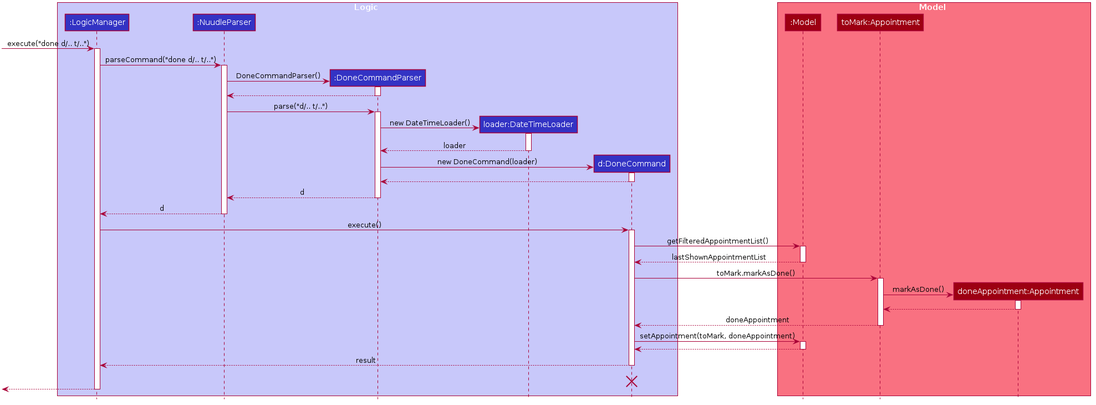
Before: docs/images/DoneSequenceDiagram.png, a diagram exported from PlantUML (xz0127/tp).
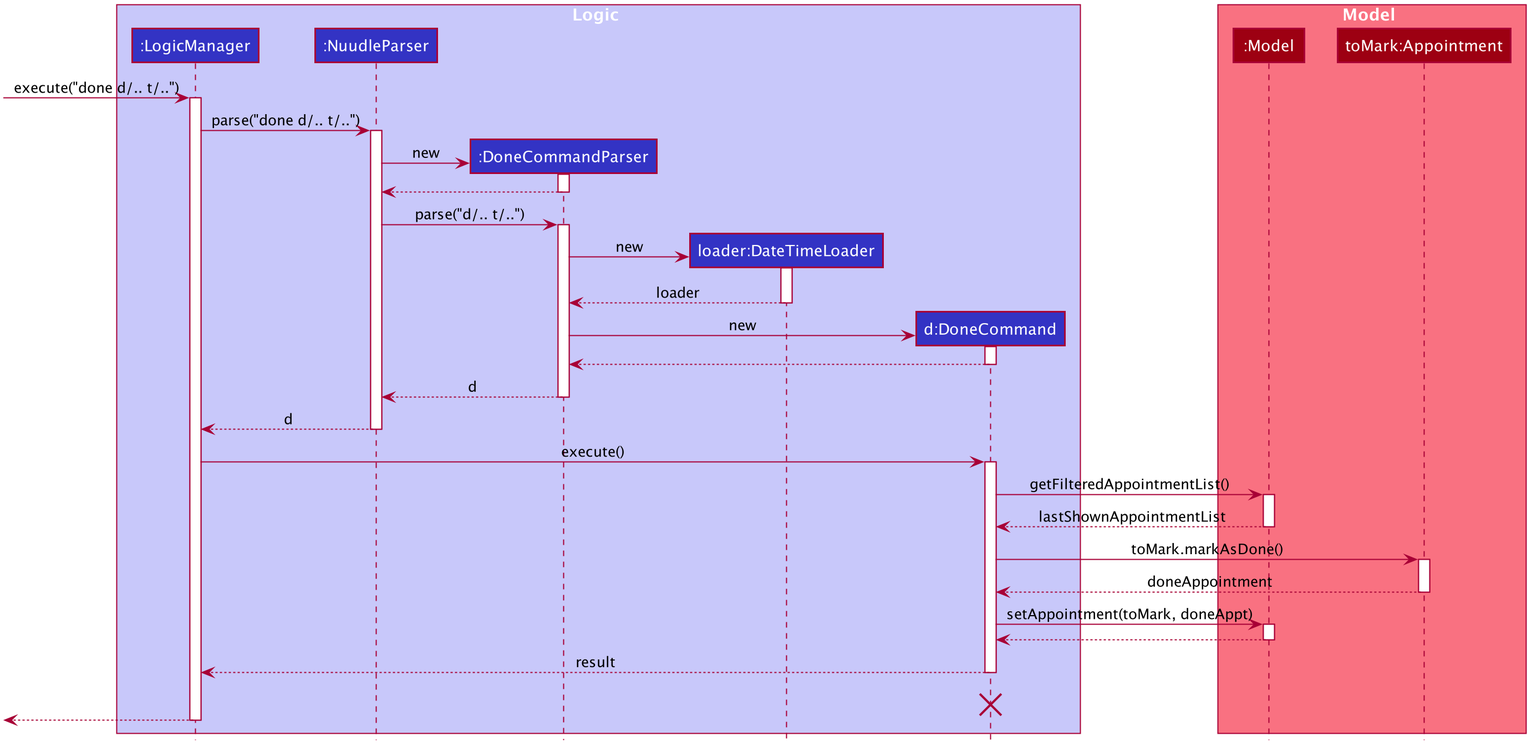
Later version of the same file.

Commit message:
Update UG: add screenshot of DoneCommand. add missing comma to standardize the date and time format. Update DG: change DoneCommandSequenceDiagram to make it more easy to read.

What changed in the source:
```diff
@@ -59,16 +59,15 @@
 box Model #F97181
 participant ":Model" as Model #9D0012
 participant "toMark:Appointment" as ToMarkAppointment #9D0012
-participant "doneAppointment:Appointment" as DoneAppointment #9D0012
 end box
 [-> LogicManager : execute("done d/.. t/..")
 activate LogicManager
 
-LogicManager -> NuudleParser : parseCommand("done d/.. t/..")
+LogicManager -> NuudleParser : parse("done d/.. t/..")
 activate NuudleParser
 
 create DoneCommandParser
-NuudleParser -> DoneCommandParser : DoneCommandParser()
+NuudleParser -> DoneCommandParser : new
 activate DoneCommandParser
 
 DoneCommandParser --> NuudleParser
@@ -78,14 +77,14 @@
 activate DoneCommandParser
 
 create DateTimeLoader
-DoneCommandParser -> DateTimeLoader : new DateTimeLoader()
+DoneCommandParser -> DateTimeLoader : new
 activate DateTimeLoader
 
 DateTimeLoader --> DoneCommandParser : loader
 deactivate DateTimeLoader
 
 create DoneCommand
-DoneCommandParser -> DoneCommand : new DoneCommand(loader)
+DoneCommandParser -> DoneCommand : new
 activate DoneCommand
 
 DoneCommand --> DoneCommandParser
@@ -109,17 +108,12 @@
 DoneCommand -> ToMarkAppointment : toMark.markAsDone()
 activate ToMarkAppointment
 
-create DoneAppointment
-ToMarkAppointment -> DoneAppointment : markAsDone()
-activate DoneAppointment
 
-DoneAppointment --> ToMarkAppointment
-deactivate DoneAppointment
 
 ToMarkAppointment --> DoneCommand : doneAppointment
 deactivate ToMarkAppointment
 
-DoneCommand -> Model : setAppointment(toMark, doneAppointment)
+DoneCommand -> Model : setAppointment(toMark, doneAppt)
 activate Model
 
 Model --> DoneCommand
```
